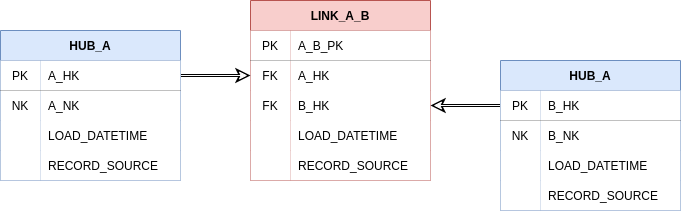
The draw.io diagram docs/assets/images/basic_hub_link.png in Datavault-UK/automate-dv-docs, before a commit. Source tidied: cells renumbered, new cells last; positions are measured from the earlier drawing's top-left corner, leaving out a move shared by most shapes.
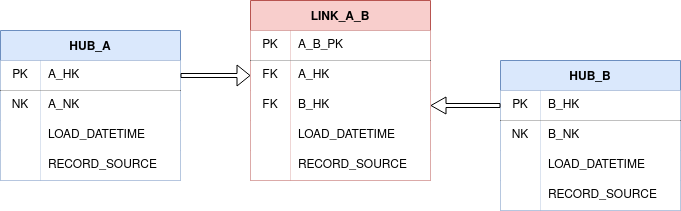
After the change.

What changed in the source:
```diff
@@ -2,149 +2,137 @@
   <root>
     <mxCell id="0" />
     <mxCell id="1" parent="0" />
+    <mxCell id="48" value="HUB_A" style="shape=table;startSize=30;rowLines=0;fontStyle=1;align=center;fillColor=#dae8fc;strokeColor=#6c8ebf;swimlaneFillColor=none;" parent="1" vertex="1">
+      <mxGeometry y="30" width="180" height="150" as="geometry" />
+    </mxCell>
+    <mxCell id="49" style="shape=partialRectangle;html=1;whiteSpace=wrap;fillColor=none;top=0;left=0;bottom=1;right=0;points=[[0,0.5],[1,0.5]];portConstraint=eastwest;" parent="48" vertex="1">
+      <mxGeometry y="30" width="180" height="30" as="geometry" />
+    </mxCell>
+    <mxCell id="50" value="PK" style="shape=partialRectangle;html=1;whiteSpace=wrap;fillColor=default;top=0;left=0;bottom=0;right=0;overflow=hidden;" parent="49" vertex="1">
+      <mxGeometry width="40" height="30" as="geometry" />
+    </mxCell>
+    <mxCell id="51" value="A_HK" style="shape=partialRectangle;html=1;whiteSpace=wrap;fillColor=default;top=0;left=0;bottom=0;right=0;align=left;spacingLeft=6;overflow=hidden;" parent="49" vertex="1">
+      <mxGeometry x="40" width="140" height="30" as="geometry" />
+    </mxCell>
+    <mxCell id="52" style="shape=partialRectangle;html=1;whiteSpace=wrap;fillColor=none;top=0;left=0;bottom=0;right=0;" parent="48" vertex="1">
+      <mxGeometry y="60" width="180" height="30" as="geometry" />
+    </mxCell>
+    <mxCell id="53" value="NK" style="shape=partialRectangle;html=1;whiteSpace=wrap;fillColor=default;top=0;left=0;bottom=0;right=0;overflow=hidden;" parent="52" vertex="1">
+      <mxGeometry width="40" height="30" as="geometry" />
+    </mxCell>
+    <mxCell id="27" value="A_NK" style="shape=partialRectangle;html=1;whiteSpace=wrap;fillColor=default;top=0;left=0;bottom=0;right=0;align=left;spacingLeft=6;overflow=hidden;" parent="52" vertex="1">
+      <mxGeometry x="40" width="140" height="30" as="geometry" />
+    </mxCell>
+    <mxCell id="54" style="shape=partialRectangle;html=1;whiteSpace=wrap;fillColor=none;top=0;left=0;bottom=0;right=0;" parent="48" vertex="1">
+      <mxGeometry y="90" width="180" height="30" as="geometry" />
+    </mxCell>
+    <mxCell id="55" style="shape=partialRectangle;html=1;whiteSpace=wrap;fillColor=default;top=0;left=0;bottom=0;right=0;overflow=hidden;" parent="54" vertex="1">
+      <mxGeometry width="40" height="30" as="geometry" />
+    </mxCell>
+    <mxCell id="56" value="LOAD_DATETIME" style="shape=partialRectangle;html=1;whiteSpace=wrap;fillColor=default;top=0;left=0;bottom=0;right=0;align=left;spacingLeft=6;overflow=hidden;" parent="54" vertex="1">
+      <mxGeometry x="40" width="140" height="30" as="geometry" />
+    </mxCell>
+    <mxCell id="57" style="shape=partialRectangle;html=1;whiteSpace=wrap;fillColor=none;top=0;left=0;bottom=0;right=0;" parent="48" vertex="1">
+      <mxGeometry y="120" width="180" height="30" as="geometry" />
+    </mxCell>
+    <mxCell id="58" style="shape=partialRectangle;html=1;whiteSpace=wrap;fillColor=default;top=0;left=0;bottom=0;right=0;overflow=hidden;" parent="57" vertex="1">
+      <mxGeometry width="40" height="30" as="geometry" />
+    </mxCell>
+    <mxCell id="59" value="RECORD_SOURCE" style="shape=partialRectangle;html=1;whiteSpace=wrap;fillColor=default;top=0;left=0;bottom=0;right=0;align=left;spacingLeft=6;overflow=hidden;" parent="57" vertex="1">
+      <mxGeometry x="40" width="140" height="30" as="geometry" />
+    </mxCell>
-    <mxCell id="2" value="LINK_A_B" style="shape=table;startSize=30;rowLines=0;fontStyle=1;align=center;swimlaneFillColor=none;fillColor=#f8cecc;strokeColor=#b85450;" parent="1" vertex="1">
+    <mxCell id="2" value="LINK_A_B" style="shape=table;startSize=30;rowLines=0;fontStyle=1;align=center;fillColor=#f8cecc;strokeColor=#b85450;swimlaneFillColor=none;" parent="1" vertex="1">
       <mxGeometry x="250" width="180" height="180" as="geometry" />
     </mxCell>
-    <mxCell id="3" style="shape=partialRectangle;html=1;whiteSpace=wrap;fillColor=none;top=0;left=0;bottom=1;right=0;" parent="2" vertex="1">
-      <mxGeometry y="30" width="180" height="30" as="geometry" />
-    </mxCell>
-    <mxCell id="4" value="PK" style="shape=partialRectangle;html=1;whiteSpace=wrap;top=0;left=0;bottom=0;right=0;overflow=hidden;" parent="3" vertex="1">
-      <mxGeometry width="40" height="30" as="geometry" />
-    </mxCell>
+    <mxCell id="60" style="shape=partialRectangle;html=1;whiteSpace=wrap;fillColor=none;top=0;left=0;bottom=1;right=0;" parent="2" vertex="1">
+      <mxGeometry y="30" width="180" height="30" as="geometry" />
+    </mxCell>
+    <mxCell id="61" value="PK" style="shape=partialRectangle;html=1;whiteSpace=wrap;fillColor=default;top=0;left=0;bottom=0;right=0;overflow=hidden;" parent="60" vertex="1">
+      <mxGeometry width="40" height="30" as="geometry" />
+    </mxCell>
-    <mxCell id="5" value="A_B_PK" style="shape=partialRectangle;html=1;whiteSpace=wrap;top=0;left=0;bottom=0;right=0;align=left;spacingLeft=6;overflow=hidden;" parent="3" vertex="1">
+    <mxCell id="5" value="A_B_PK" style="shape=partialRectangle;html=1;whiteSpace=wrap;fillColor=default;top=0;left=0;bottom=0;right=0;align=left;spacingLeft=6;overflow=hidden;" parent="60" vertex="1">
       <mxGeometry x="40" width="140" height="30" as="geometry" />
     </mxCell>
-    <mxCell id="6" style="shape=partialRectangle;html=1;whiteSpace=wrap;fillColor=none;top=0;left=0;bottom=0;right=0;points=[[0,0.5],[1,0.5]];portConstraint=eastwest;" parent="2" vertex="1">
-      <mxGeometry y="60" width="180" height="30" as="geometry" />
-    </mxCell>
-    <mxCell id="7" value="FK" style="shape=partialRectangle;html=1;whiteSpace=wrap;top=0;left=0;bottom=0;right=0;overflow=hidden;" parent="6" vertex="1">
-      <mxGeometry width="40" height="30" as="geometry" />
-    </mxCell>
-    <mxCell id="8" value="A_HK" style="shape=partialRectangle;html=1;whiteSpace=wrap;top=0;left=0;bottom=0;right=0;align=left;spacingLeft=6;overflow=hidden;" parent="6" vertex="1">
-      <mxGeometry x="40" width="140" height="30" as="geometry" />
-    </mxCell>
-    <mxCell id="9" style="shape=partialRectangle;html=1;whiteSpace=wrap;fillColor=none;top=0;left=0;bottom=0;right=0;points=[[0,0.5],[1,0.5]];portConstraint=eastwest;" parent="2" vertex="1">
-      <mxGeometry y="90" width="180" height="30" as="geometry" />
-    </mxCell>
-    <mxCell id="10" value="FK" style="shape=partialRectangle;html=1;whiteSpace=wrap;top=0;left=0;bottom=0;right=0;overflow=hidden;" parent="9" vertex="1">
-      <mxGeometry width="40" height="30" as="geometry" />
-    </mxCell>
-    <mxCell id="11" value="B_HK" style="shape=partialRectangle;html=1;whiteSpace=wrap;top=0;left=0;bottom=0;right=0;align=left;spacingLeft=6;overflow=hidden;" parent="9" vertex="1">
-      <mxGeometry x="40" width="140" height="30" as="geometry" />
-    </mxCell>
-    <mxCell id="12" style="shape=partialRectangle;html=1;whiteSpace=wrap;fillColor=none;top=0;left=0;bottom=0;right=0;" parent="2" vertex="1">
-      <mxGeometry y="120" width="180" height="30" as="geometry" />
-    </mxCell>
-    <mxCell id="13" style="shape=partialRectangle;html=1;whiteSpace=wrap;top=0;left=0;bottom=0;right=0;overflow=hidden;" parent="12" vertex="1">
-      <mxGeometry width="40" height="30" as="geometry" />
-    </mxCell>
-    <mxCell id="14" value="LOAD_DATETIME" style="shape=partialRectangle;html=1;whiteSpace=wrap;top=0;left=0;bottom=0;right=0;align=left;spacingLeft=6;overflow=hidden;" parent="12" vertex="1">
-      <mxGeometry x="40" width="140" height="30" as="geometry" />
-    </mxCell>
+    <mxCell id="62" style="shape=partialRectangle;html=1;whiteSpace=wrap;fillColor=none;top=0;left=0;bottom=0;right=0;points=[[0,0.5],[1,0.5]];portConstraint=eastwest;" parent="2" vertex="1">
+      <mxGeometry y="60" width="180" height="30" as="geometry" />
+    </mxCell>
+    <mxCell id="63" value="FK" style="shape=partialRectangle;html=1;whiteSpace=wrap;fillColor=default;top=0;left=0;bottom=0;right=0;overflow=hidden;" parent="62" vertex="1">
+      <mxGeometry width="40" height="30" as="geometry" />
+    </mxCell>
+    <mxCell id="64" value="A_HK" style="shape=partialRectangle;html=1;whiteSpace=wrap;fillColor=default;top=0;left=0;bottom=0;right=0;align=left;spacingLeft=6;overflow=hidden;" parent="62" vertex="1">
+      <mxGeometry x="40" width="140" height="30" as="geometry" />
+    </mxCell>
+    <mxCell id="65" style="shape=partialRectangle;html=1;whiteSpace=wrap;fillColor=none;top=0;left=0;bottom=0;right=0;points=[[0,0.5],[1,0.5]];portConstraint=eastwest;" parent="2" vertex="1">
+      <mxGeometry y="90" width="180" height="30" as="geometry" />
+    </mxCell>
+    <mxCell id="66" value="FK" style="shape=partialRectangle;html=1;whiteSpace=wrap;fillColor=default;top=0;left=0;bottom=0;right=0;overflow=hidden;" parent="65" vertex="1">
+      <mxGeometry width="40" height="30" as="geometry" />
+    </mxCell>
+    <mxCell id="67" value="B_HK" style="shape=partialRectangle;html=1;whiteSpace=wrap;fillColor=default;top=0;left=0;bottom=0;right=0;align=left;spacingLeft=6;overflow=hidden;" parent="65" vertex="1">
+      <mxGeometry x="40" width="140" height="30" as="geometry" />
+    </mxCell>
+    <mxCell id="68" style="shape=partialRectangle;html=1;whiteSpace=wrap;fillColor=none;top=0;left=0;bottom=0;right=0;" parent="2" vertex="1">
+      <mxGeometry y="120" width="180" height="30" as="geometry" />
+    </mxCell>
+    <mxCell id="69" style="shape=partialRectangle;html=1;whiteSpace=wrap;fillColor=default;top=0;left=0;bottom=0;right=0;overflow=hidden;" parent="68" vertex="1">
+      <mxGeometry width="40" height="30" as="geometry" />
+    </mxCell>
+    <mxCell id="70" value="LOAD_DATETIME" style="shape=partialRectangle;html=1;whiteSpace=wrap;fillColor=default;top=0;left=0;bottom=0;right=0;align=left;spacingLeft=6;overflow=hidden;" parent="68" vertex="1">
+      <mxGeometry x="40" width="140" height="30" as="geometry" />
+    </mxCell>
     <mxCell id="15" style="shape=partialRectangle;html=1;whiteSpace=wrap;fillColor=none;top=0;left=0;bottom=0;right=0;" parent="2" vertex="1">
       <mxGeometry y="150" width="180" height="30" as="geometry" />
     </mxCell>
-    <mxCell id="16" style="shape=partialRectangle;html=1;whiteSpace=wrap;top=0;left=0;bottom=0;right=0;overflow=hidden;" parent="15" vertex="1">
-      <mxGeometry width="40" height="30" as="geometry" />
-    </mxCell>
-    <mxCell id="17" value="RECORD_SOURCE" style="shape=partialRectangle;html=1;whiteSpace=wrap;top=0;left=0;bottom=0;right=0;align=left;spacingLeft=6;overflow=hidden;" parent="15" vertex="1">
-      <mxGeometry x="40" width="140" height="30" as="geometry" />
-    </mxCell>
-    <mxCell id="18" style="edgeStyle=orthogonalEdgeStyle;rounded=0;jettySize=auto;html=1;exitX=1;exitY=0.5;exitDx=0;exitDy=0;entryX=0;entryY=0.5;entryDx=0;entryDy=0;strokeWidth=3;" parent="1" edge="1" source="22" target="6">
-      <mxGeometry relative="1" as="geometry" />
-    </mxCell>
-    <mxCell id="19" style="edgeStyle=orthogonalEdgeStyle;rounded=0;jettySize=auto;html=1;exitX=0;exitY=0.5;exitDx=0;exitDy=0;entryX=1;entryY=0.5;entryDx=0;entryDy=0;strokeWidth=3;" parent="1" edge="1" source="36" target="9">
-      <mxGeometry relative="1" as="geometry" />
-    </mxCell>
-    <mxCell id="20" style="edgeStyle=orthogonalEdgeStyle;rounded=0;orthogonalLoop=1;jettySize=auto;html=1;exitX=1;exitY=0.5;exitDx=0;exitDy=0;entryX=0;entryY=0.5;entryDx=0;entryDy=0;strokeWidth=1;strokeColor=#FCFCFC;" parent="1" edge="1">
-      <mxGeometry relative="1" as="geometry">
-        <mxPoint x="177" y="75" as="sourcePoint" />
-        <mxPoint x="247" y="75" as="targetPoint" />
-      </mxGeometry>
-    </mxCell>
-    <mxCell id="21" value="HUB_A" style="shape=table;startSize=30;rowLines=0;fontStyle=1;align=center;swimlaneFillColor=none;fillColor=#dae8fc;strokeColor=#6c8ebf;" parent="1" vertex="1">
-      <mxGeometry y="30" width="180" height="150" as="geometry" />
-    </mxCell>
-    <mxCell id="22" style="shape=partialRectangle;html=1;whiteSpace=wrap;fillColor=none;top=0;left=0;bottom=1;right=0;points=[[0,0.5],[1,0.5]];portConstraint=eastwest;" parent="21" vertex="1">
-      <mxGeometry y="30" width="180" height="30" as="geometry" />
-    </mxCell>
-    <mxCell id="23" value="PK" style="shape=partialRectangle;html=1;whiteSpace=wrap;top=0;left=0;bottom=0;right=0;overflow=hidden;" parent="22" vertex="1">
-      <mxGeometry width="40" height="30" as="geometry" />
-    </mxCell>
-    <mxCell id="24" value="A_HK" style="shape=partialRectangle;html=1;whiteSpace=wrap;top=0;left=0;bottom=0;right=0;align=left;spacingLeft=6;overflow=hidden;" parent="22" vertex="1">
-      <mxGeometry x="40" width="140" height="30" as="geometry" />
-    </mxCell>
-    <mxCell id="25" style="shape=partialRectangle;html=1;whiteSpace=wrap;fillColor=none;top=0;left=0;bottom=0;right=0;" parent="21" vertex="1">
-      <mxGeometry y="60" width="180" height="30" as="geometry" />
-    </mxCell>
-    <mxCell id="26" value="NK" style="shape=partialRectangle;html=1;whiteSpace=wrap;top=0;left=0;bottom=0;right=0;overflow=hidden;" parent="25" vertex="1">
-      <mxGeometry width="40" height="30" as="geometry" />
-    </mxCell>
-    <mxCell id="27" value="A_NK" style="shape=partialRectangle;html=1;whiteSpace=wrap;top=0;left=0;bottom=0;right=0;align=left;spacingLeft=6;overflow=hidden;" parent="25" vertex="1">
-      <mxGeometry x="40" width="140" height="30" as="geometry" />
-    </mxCell>
-    <mxCell id="28" style="shape=partialRectangle;html=1;whiteSpace=wrap;fillColor=none;top=0;left=0;bottom=0;right=0;" parent="21" vertex="1">
-      <mxGeometry y="90" width="180" height="30" as="geometry" />
-    </mxCell>
-    <mxCell id="29" style="shape=partialRectangle;html=1;whiteSpace=wrap;top=0;left=0;bottom=0;right=0;overflow=hidden;" parent="28" vertex="1">
-      <mxGeometry width="40" height="30" as="geometry" />
-    </mxCell>
-    <mxCell id="30" value="LOAD_DATETIME" style="shape=partialRectangle;html=1;whiteSpace=wrap;top=0;left=0;bottom=0;right=0;align=left;spacingLeft=6;overflow=hidden;" parent="28" vertex="1">
-      <mxGeometry x="40" width="140" height="30" as="geometry" />
-    </mxCell>
-    <mxCell id="31" style="shape=partialRectangle;html=1;whiteSpace=wrap;fillColor=none;top=0;left=0;bottom=0;right=0;" parent="21" vertex="1">
-      <mxGeometry y="120" width="180" height="30" as="geometry" />
-    </mxCell>
-    <mxCell id="32" style="shape=partialRectangle;html=1;whiteSpace=wrap;top=0;left=0;bottom=0;right=0;overflow=hidden;" parent="31" vertex="1">
-      <mxGeometry width="40" height="30" as="geometry" />
-    </mxCell>
-    <mxCell id="33" value="RECORD_SOURCE" style="shape=partialRectangle;html=1;whiteSpace=wrap;top=0;left=0;bottom=0;right=0;align=left;spacingLeft=6;overflow=hidden;" parent="31" vertex="1">
-      <mxGeometry x="40" width="140" height="30" as="geometry" />
-    </mxCell>
-    <mxCell id="34" style="edgeStyle=orthogonalEdgeStyle;rounded=0;orthogonalLoop=1;jettySize=auto;html=1;exitX=1;exitY=0.5;exitDx=0;exitDy=0;entryX=0;entryY=0.5;entryDx=0;entryDy=0;strokeWidth=1;strokeColor=#FCFCFC;startArrow=classic;startFill=1;endArrow=none;endFill=0;" parent="1" edge="1">
-      <mxGeometry relative="1" as="geometry">
-        <mxPoint x="433" y="105" as="sourcePoint" />
-        <mxPoint x="503" y="105" as="targetPoint" />
-      </mxGeometry>
-    </mxCell>
-    <mxCell id="35" value="HUB_A" style="shape=table;startSize=30;rowLines=0;fontStyle=1;align=center;swimlaneFillColor=none;fillColor=#dae8fc;strokeColor=#6c8ebf;" parent="1" vertex="1">
-      <mxGeometry x="500" y="60" width="180" height="150" as="geometry" />
-    </mxCell>
-    <mxCell id="36" style="shape=partialRectangle;html=1;whiteSpace=wrap;fillColor=none;top=0;left=0;bottom=1;right=0;points=[[0,0.5],[1,0.5]];portConstraint=eastwest;" parent="35" vertex="1">
-      <mxGeometry y="30" width="180" height="30" as="geometry" />
-    </mxCell>
-    <mxCell id="37" value="PK" style="shape=partialRectangle;html=1;whiteSpace=wrap;top=0;left=0;bottom=0;right=0;overflow=hidden;" parent="36" vertex="1">
-      <mxGeometry width="40" height="30" as="geometry" />
-    </mxCell>
-    <mxCell id="38" value="B_HK" style="shape=partialRectangle;html=1;whiteSpace=wrap;top=0;left=0;bottom=0;right=0;align=left;spacingLeft=6;overflow=hidden;" parent="36" vertex="1">
-      <mxGeometry x="40" width="140" height="30" as="geometry" />
-    </mxCell>
-    <mxCell id="39" style="shape=partialRectangle;html=1;whiteSpace=wrap;fillColor=none;top=0;left=0;bottom=0;right=0;" parent="35" vertex="1">
-      <mxGeometry y="60" width="180" height="30" as="geometry" />
-    </mxCell>
-    <mxCell id="40" value="NK" style="shape=partialRectangle;html=1;whiteSpace=wrap;top=0;left=0;bottom=0;right=0;overflow=hidden;" parent="39" vertex="1">
-      <mxGeometry width="40" height="30" as="geometry" />
-    </mxCell>
+    <mxCell id="71" style="shape=partialRectangle;html=1;whiteSpace=wrap;fillColor=default;top=0;left=0;bottom=0;right=0;overflow=hidden;" parent="15" vertex="1">
+      <mxGeometry width="40" height="30" as="geometry" />
+    </mxCell>
+    <mxCell id="72" value="RECORD_SOURCE" style="shape=partialRectangle;html=1;whiteSpace=wrap;fillColor=default;top=0;left=0;bottom=0;right=0;align=left;spacingLeft=6;overflow=hidden;" parent="15" vertex="1">
+      <mxGeometry x="40" width="140" height="30" as="geometry" />
+    </mxCell>
+    <mxCell id="73" style="edgeStyle=orthogonalEdgeStyle;rounded=0;jettySize=auto;html=1;exitX=1;exitY=0.5;exitDx=0;exitDy=0;entryX=0;entryY=0.5;entryDx=0;entryDy=0;labelBackgroundColor=default;shape=flexArrow;width=4;endSize=4;endWidth=16;fillColor=#FFFFFF;startArrow=none;startFill=0;" parent="1" edge="1" source="49" target="62">
+      <mxGeometry relative="1" as="geometry" />
+    </mxCell>
+    <mxCell id="74" value="HUB_B" style="shape=table;startSize=30;rowLines=0;fontStyle=1;align=center;fillColor=#dae8fc;strokeColor=#6c8ebf;swimlaneFillColor=none;" parent="1" vertex="1">
+      <mxGeometry x="500" y="60" width="180" height="150" as="geometry" />
+    </mxCell>
+    <mxCell id="75" style="shape=partialRectangle;html=1;whiteSpace=wrap;fillColor=none;top=0;left=0;bottom=1;right=0;points=[[0,0.5],[1,0.5]];portConstraint=eastwest;" parent="74" vertex="1">
+      <mxGeometry y="30" width="180" height="30" as="geometry" />
+    </mxCell>
+    <mxCell id="76" value="PK" style="shape=partialRectangle;html=1;whiteSpace=wrap;fillColor=default;top=0;left=0;bottom=0;right=0;overflow=hidden;" parent="75" vertex="1">
+      <mxGeometry width="40" height="30" as="geometry" />
+    </mxCell>
+    <mxCell id="77" value="B_HK" style="shape=partialRectangle;html=1;whiteSpace=wrap;fillColor=default;top=0;left=0;bottom=0;right=0;align=left;spacingLeft=6;overflow=hidden;" parent="75" vertex="1">
+      <mxGeometry x="40" width="140" height="30" as="geometry" />
+    </mxCell>
+    <mxCell id="78" style="shape=partialRectangle;html=1;whiteSpace=wrap;fillColor=none;top=0;left=0;bottom=0;right=0;" parent="74" vertex="1">
+      <mxGeometry y="60" width="180" height="30" as="geometry" />
+    </mxCell>
+    <mxCell id="79" value="NK" style="shape=partialRectangle;html=1;whiteSpace=wrap;fillColor=default;top=0;left=0;bottom=0;right=0;overflow=hidden;" parent="78" vertex="1">
+      <mxGeometry width="40" height="30" as="geometry" />
+    </mxCell>
-    <mxCell id="41" value="B_NK" style="shape=partialRectangle;html=1;whiteSpace=wrap;top=0;left=0;bottom=0;right=0;align=left;spacingLeft=6;overflow=hidden;" parent="39" vertex="1">
+    <mxCell id="41" value="B_NK" style="shape=partialRectangle;html=1;whiteSpace=wrap;fillColor=default;top=0;left=0;bottom=0;right=0;align=left;spacingLeft=6;overflow=hidden;" parent="78" vertex="1">
       <mxGeometry x="40" width="140" height="30" as="geometry" />
     </mxCell>
-    <mxCell id="42" style="shape=partialRectangle;html=1;whiteSpace=wrap;fillColor=none;top=0;left=0;bottom=0;right=0;" parent="35" vertex="1">
-      <mxGeometry y="90" width="180" height="30" as="geometry" />
-    </mxCell>
-    <mxCell id="43" style="shape=partialRectangle;html=1;whiteSpace=wrap;top=0;left=0;bottom=0;right=0;overflow=hidden;" parent="42" vertex="1">
-      <mxGeometry width="40" height="30" as="geometry" />
-    </mxCell>
-    <mxCell id="44" value="LOAD_DATETIME" style="shape=partialRectangle;html=1;whiteSpace=wrap;top=0;left=0;bottom=0;right=0;align=left;spacingLeft=6;overflow=hidden;" parent="42" vertex="1">
-      <mxGeometry x="40" width="140" height="30" as="geometry" />
-    </mxCell>
-    <mxCell id="45" style="shape=partialRectangle;html=1;whiteSpace=wrap;fillColor=none;top=0;left=0;bottom=0;right=0;" parent="35" vertex="1">
-      <mxGeometry y="120" width="180" height="30" as="geometry" />
-    </mxCell>
-    <mxCell id="46" style="shape=partialRectangle;html=1;whiteSpace=wrap;top=0;left=0;bottom=0;right=0;overflow=hidden;" parent="45" vertex="1">
-      <mxGeometry width="40" height="30" as="geometry" />
-    </mxCell>
-    <mxCell id="47" value="RECORD_SOURCE" style="shape=partialRectangle;html=1;whiteSpace=wrap;top=0;left=0;bottom=0;right=0;align=left;spacingLeft=6;overflow=hidden;" parent="45" vertex="1">
-      <mxGeometry x="40" width="140" height="30" as="geometry" />
-    </mxCell>
+    <mxCell id="80" style="shape=partialRectangle;html=1;whiteSpace=wrap;fillColor=none;top=0;left=0;bottom=0;right=0;" parent="74" vertex="1">
+      <mxGeometry y="90" width="180" height="30" as="geometry" />
+    </mxCell>
+    <mxCell id="81" style="shape=partialRectangle;html=1;whiteSpace=wrap;fillColor=default;top=0;left=0;bottom=0;right=0;overflow=hidden;" parent="80" vertex="1">
+      <mxGeometry width="40" height="30" as="geometry" />
+    </mxCell>
+    <mxCell id="82" value="LOAD_DATETIME" style="shape=partialRectangle;html=1;whiteSpace=wrap;fillColor=default;top=0;left=0;bottom=0;right=0;align=left;spacingLeft=6;overflow=hidden;" parent="80" vertex="1">
+      <mxGeometry x="40" width="140" height="30" as="geometry" />
+    </mxCell>
+    <mxCell id="83" style="shape=partialRectangle;html=1;whiteSpace=wrap;fillColor=none;top=0;left=0;bottom=0;right=0;" parent="74" vertex="1">
+      <mxGeometry y="120" width="180" height="30" as="geometry" />
+    </mxCell>
+    <mxCell id="84" style="shape=partialRectangle;html=1;whiteSpace=wrap;fillColor=default;top=0;left=0;bottom=0;right=0;overflow=hidden;" parent="83" vertex="1">
+      <mxGeometry width="40" height="30" as="geometry" />
+    </mxCell>
+    <mxCell id="85" value="RECORD_SOURCE" style="shape=partialRectangle;html=1;whiteSpace=wrap;fillColor=default;top=0;left=0;bottom=0;right=0;align=left;spacingLeft=6;overflow=hidden;" parent="83" vertex="1">
+      <mxGeometry x="40" width="140" height="30" as="geometry" />
+    </mxCell>
+    <mxCell id="86" style="edgeStyle=orthogonalEdgeStyle;rounded=0;jettySize=auto;html=1;exitX=0;exitY=0.5;exitDx=0;exitDy=0;entryX=1;entryY=0.5;entryDx=0;entryDy=0;shape=flexArrow;endWidth=12;endSize=4.67;width=4;fillColor=#FFFFFF;" parent="1" edge="1" source="75" target="65">
+      <mxGeometry relative="1" as="geometry" />
+    </mxCell>
   </root>
 </mxGraphModel>
```
